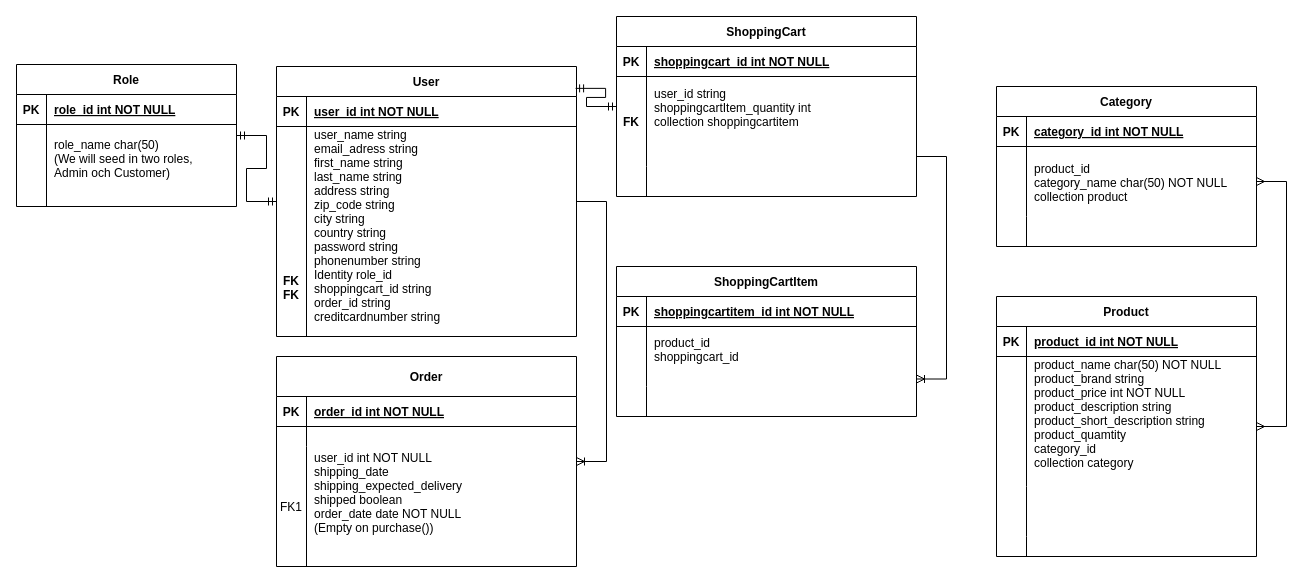
The draw.io diagram Database Diagram.drawio in Saravasha/Lexicon_Project_Webshop_G10_G2, before the edit. Source tidied: cells renumbered, new cells numbered last; positions are measured from the earlier drawing's top-left corner, leaving out a move shared by most shapes. Both pictures are drawn from the tidied source at 100%, with x=0, y=0 at pixel (16, 16).
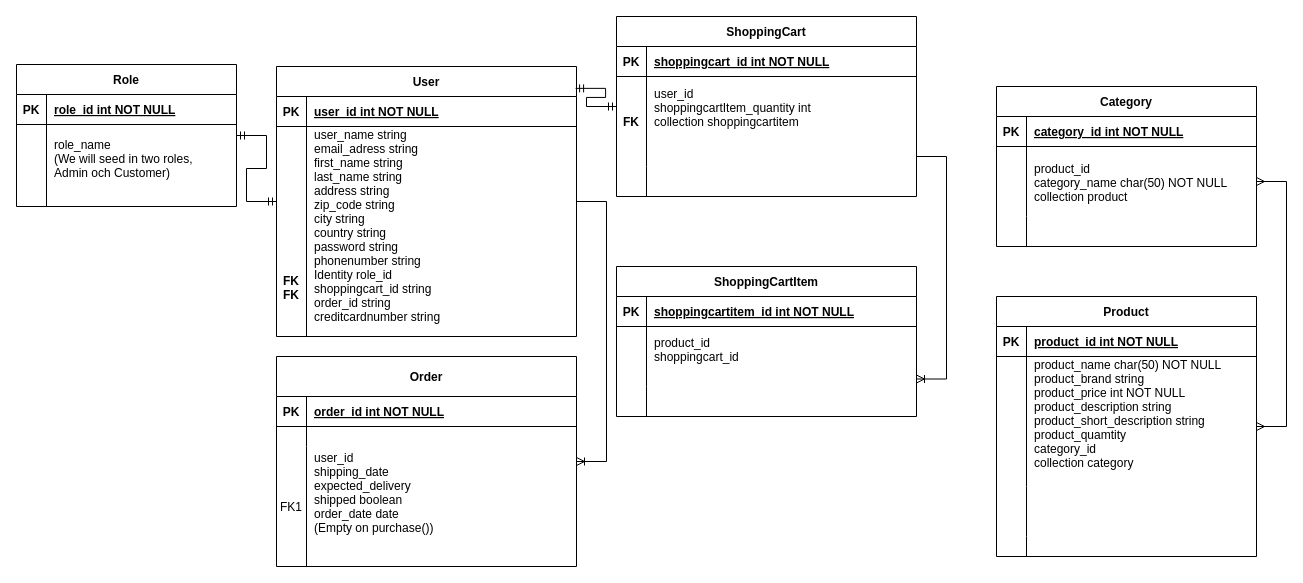
The same diagram, later.

The change refers to these unchanged cells:
```xml
<mxCell id="9" style="shape=partialRectangle;fillColor=none;top=0;left=0;right=0;bottom=0;" parent="2" vertex="1">
  <mxGeometry y="90" width="300" height="120" as="geometry" />
</mxCell>
<mxCell id="23" style="shape=partialRectangle;fillColor=none;top=0;left=0;right=0;bottom=0;" parent="19" vertex="1">
  <mxGeometry y="60" width="220" height="82" as="geometry" />
</mxCell>
<mxCell id="30" style="shape=partialRectangle;fillColor=none;top=0;left=0;right=0;bottom=0;" parent="26" vertex="1">
  <mxGeometry y="60" width="300" height="90" as="geometry" />
</mxCell>
```

Diff of the diagram source:
```diff
@@
-    <mxCell id="11" value="user_id int NOT NULL&#10;shipping_date&#10;shipping_expected_delivery&#10;shipped boolean&#10;order_date date NOT NULL&#10;(Empty on purchase())&#10;&#10;" style="shape=partialRectangle;overflow=hidden;fillColor=none;top=0;left=0;bottom=0;right=0;align=left;spacingLeft=6;" parent="9" vertex="1">
+    <mxCell id="11" value="user_id&#10;shipping_date&#10;expected_delivery&#10;shipped boolean&#10;order_date date&#10;(Empty on purchase())&#10;&#10;" style="shape=partialRectangle;overflow=hidden;fillColor=none;top=0;left=0;bottom=0;right=0;align=left;spacingLeft=6;" parent="9" vertex="1">
       <mxGeometry x="30" width="270" height="120" as="geometry" />
     </mxCell>
@@
-    <mxCell id="25" value="role_name char(50)&#10;(We will seed in two roles, &#10;Admin och Customer)&#10;" style="shape=partialRectangle;overflow=hidden;fillColor=none;top=0;left=0;bottom=0;right=0;align=left;spacingLeft=6;" parent="23" vertex="1">
+    <mxCell id="25" value="role_name&#10;(We will seed in two roles, &#10;Admin och Customer)&#10;" style="shape=partialRectangle;overflow=hidden;fillColor=none;top=0;left=0;bottom=0;right=0;align=left;spacingLeft=6;" parent="23" vertex="1">
       <mxGeometry x="30" width="190" height="82" as="geometry" />
     </mxCell>
@@
-    <mxCell id="32" value="user_id string&#10;shoppingcartItem_quantity int &#10;collection shoppingcartitem&#10;&#10;" style="shape=partialRectangle;overflow=hidden;fillColor=none;top=0;left=0;bottom=0;right=0;align=left;spacingLeft=6;" parent="30" vertex="1">
+    <mxCell id="32" value="user_id&#10;shoppingcartItem_quantity int &#10;collection shoppingcartitem&#10;&#10;" style="shape=partialRectangle;overflow=hidden;fillColor=none;top=0;left=0;bottom=0;right=0;align=left;spacingLeft=6;" parent="30" vertex="1">
       <mxGeometry x="30" width="270" height="90" as="geometry" />
     </mxCell>
```
